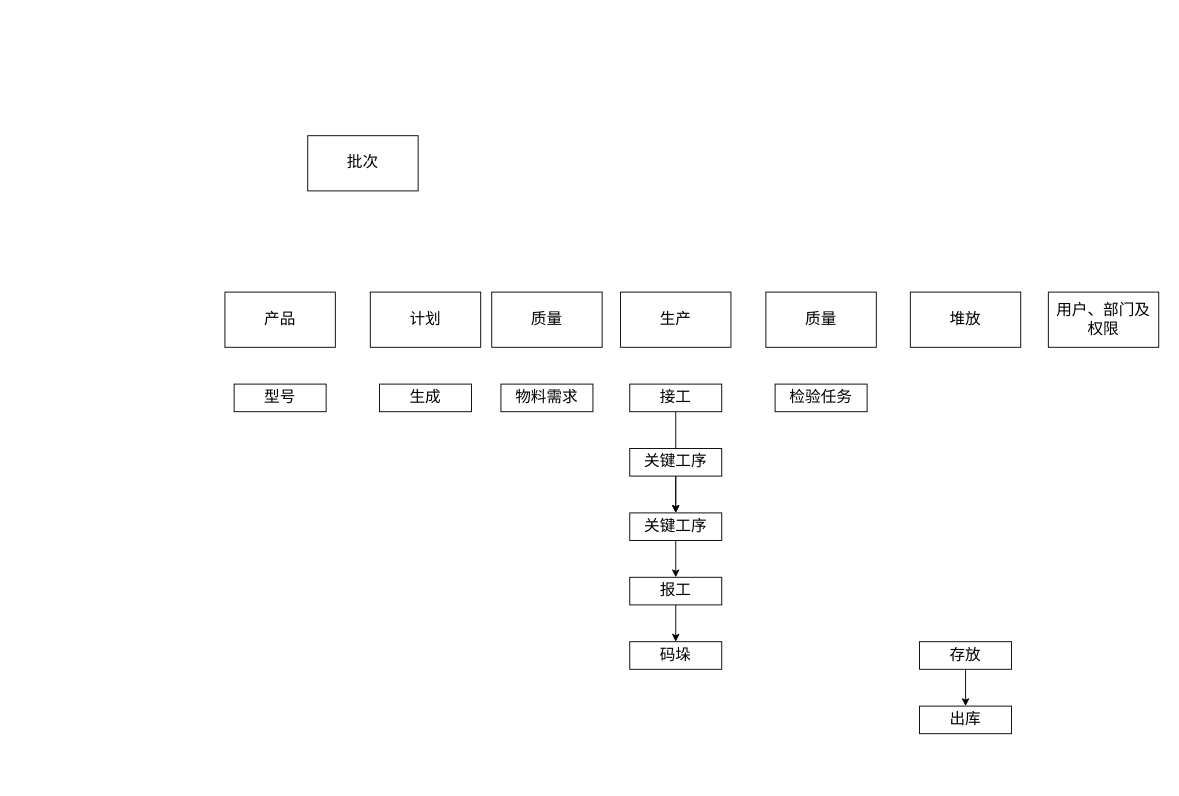
hanrker/diagramNet keeps this draw.io diagram as DiagramNet/MESforStandar.Diagram.drawio. Above is the earlier version. Source tidied: cells renumbered, new cells numbered last; positions are measured from the earlier drawing's top-left corner, leaving out a move shared by most shapes. Both pictures are drawn from the tidied source at 92%, with x=0, y=0 at pixel (224, 135).
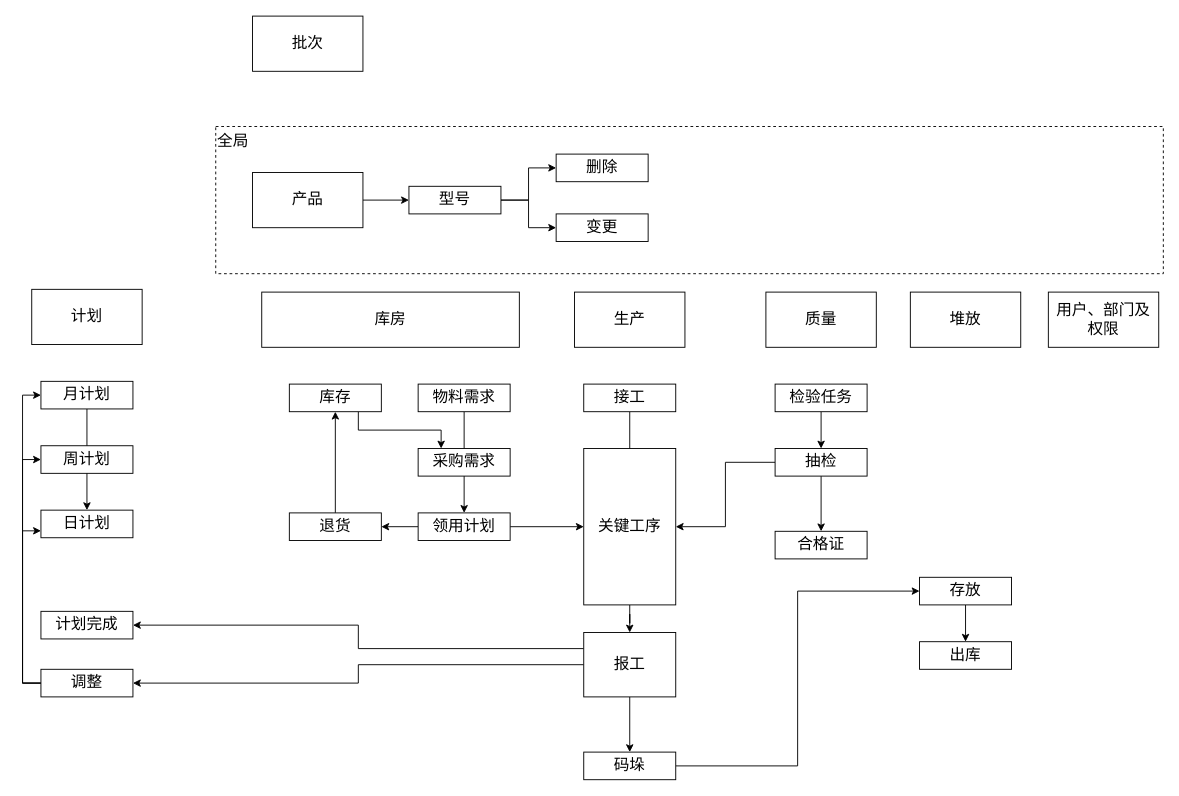
Above is the later version.

The change refers to these unchanged cells:
```xml
<mxCell id="17" value="检验任务" style="rounded=0;whiteSpace=wrap;html=1;fontSize=17;" parent="1" vertex="1">
  <mxGeometry x="598" y="270" width="100" height="30" as="geometry" />
</mxCell>
```

What changed in the source:
```diff
@@
+    <mxCell id="26" value="全局" style="rounded=0;whiteSpace=wrap;html=1;fontSize=17;dashed=1;align=left;verticalAlign=top;" parent="1" vertex="1">
+      <mxGeometry x="-10" y="-10" width="1030" height="160" as="geometry" />
+    </mxCell>
+    <mxCell id="27" style="edgeStyle=orthogonalEdgeStyle;rounded=0;jettySize=auto;html=1;fontSize=17;" parent="1" edge="1" source="2" target="8">
+      <mxGeometry relative="1" as="geometry" />
+    </mxCell>
     <mxCell id="2" value="产品" style="rounded=0;whiteSpace=wrap;html=1;fontSize=17;" parent="1" vertex="1">
-      <mxGeometry y="170" width="120" height="60" as="geometry" />
+      <mxGeometry x="30" y="40" width="120" height="60" as="geometry" />
     </mxCell>
     <mxCell id="3" value="计划" style="rounded=0;whiteSpace=wrap;html=1;fontSize=17;" parent="1" vertex="1">
-      <mxGeometry x="158" y="170" width="120" height="60" as="geometry" />
+      <mxGeometry x="-210" y="167" width="120" height="60" as="geometry" />
     </mxCell>
     <mxCell id="4" value="生产" style="rounded=0;whiteSpace=wrap;html=1;fontSize=17;" parent="1" vertex="1">
-      <mxGeometry x="430" y="170" width="120" height="60" as="geometry" />
+      <mxGeometry x="380" y="170" width="120" height="60" as="geometry" />
     </mxCell>
@@
+    <mxCell id="28" style="edgeStyle=orthogonalEdgeStyle;rounded=0;jettySize=auto;html=1;fontSize=17;" parent="1" edge="1" source="8" target="54">
+      <mxGeometry relative="1" as="geometry" />
+    </mxCell>
+    <mxCell id="29" style="edgeStyle=orthogonalEdgeStyle;rounded=0;jettySize=auto;html=1;exitX=1;exitY=0.5;exitDx=0;exitDy=0;entryX=0;entryY=0.5;entryDx=0;entryDy=0;fontSize=17;" parent="1" edge="1" source="8" target="53">
+      <mxGeometry relative="1" as="geometry" />
+    </mxCell>
     <mxCell id="8" value="型号" style="rounded=0;whiteSpace=wrap;html=1;fontSize=17;" parent="1" vertex="1">
-      <mxGeometry x="10" y="270" width="100" height="30" as="geometry" />
+      <mxGeometry x="200" y="55" width="100" height="30" as="geometry" />
     </mxCell>
-    <mxCell id="9" style="edgeStyle=orthogonalEdgeStyle;rounded=0;jettySize=auto;html=1;fontSize=17;" parent="1" edge="1" source="10" target="16">
-      <mxGeometry relative="1" as="geometry" />
+    <mxCell id="9" style="edgeStyle=orthogonalEdgeStyle;rounded=0;jettySize=auto;html=1;fontSize=17;" parent="1" edge="1" source="10">
+      <mxGeometry relative="1" as="geometry">
+        <mxPoint x="440" y="410" as="targetPoint" />
+      </mxGeometry>
     </mxCell>
     <mxCell id="10" value="接工" style="rounded=0;whiteSpace=wrap;html=1;fontSize=17;" parent="1" vertex="1">
-      <mxGeometry x="440" y="270" width="100" height="30" as="geometry" />
+      <mxGeometry x="390" y="270" width="100" height="30" as="geometry" />
     </mxCell>
@@
+    <mxCell id="30" style="edgeStyle=orthogonalEdgeStyle;rounded=0;jettySize=auto;html=1;exitX=0;exitY=0.5;exitDx=0;exitDy=0;entryX=1;entryY=0.5;entryDx=0;entryDy=0;fontSize=17;" parent="1" edge="1" source="12" target="51">
+      <mxGeometry relative="1" as="geometry" />
+    </mxCell>
+    <mxCell id="31" style="edgeStyle=orthogonalEdgeStyle;rounded=0;jettySize=auto;html=1;exitX=0;exitY=0.25;exitDx=0;exitDy=0;entryX=1;entryY=0.5;entryDx=0;entryDy=0;fontSize=17;" parent="1" edge="1" source="12" target="52">
+      <mxGeometry relative="1" as="geometry" />
+    </mxCell>
     <mxCell id="12" value="报工" style="rounded=0;whiteSpace=wrap;html=1;fontSize=17;" parent="1" vertex="1">
-      <mxGeometry x="440" y="480" width="100" height="30" as="geometry" />
+      <mxGeometry x="390" y="540" width="100" height="70" as="geometry" />
     </mxCell>
-    <mxCell id="13" style="edgeStyle=orthogonalEdgeStyle;rounded=0;jettySize=auto;html=1;fontSize=17;" parent="1" edge="1" source="14" target="16">
+    <mxCell id="13" style="edgeStyle=orthogonalEdgeStyle;rounded=0;jettySize=auto;html=1;fontSize=17;entryX=0.5;entryY=0;entryDx=0;entryDy=0;" parent="1" edge="1" source="14" target="12">
       <mxGeometry relative="1" as="geometry" />
     </mxCell>
     <mxCell id="14" value="关键工序" style="rounded=0;whiteSpace=wrap;html=1;fontSize=17;" parent="1" vertex="1">
-      <mxGeometry x="440" y="340" width="100" height="30" as="geometry" />
+      <mxGeometry x="390" y="340" width="100" height="170" as="geometry" />
     </mxCell>
-    <mxCell id="15" style="edgeStyle=orthogonalEdgeStyle;rounded=0;jettySize=auto;html=1;fontSize=17;" parent="1" edge="1" source="16" target="12">
-      <mxGeometry relative="1" as="geometry" />
-    </mxCell>
-    <mxCell id="16" value="关键工序" style="rounded=0;whiteSpace=wrap;html=1;fontSize=17;" parent="1" vertex="1">
-      <mxGeometry x="440" y="410" width="100" height="30" as="geometry" />
-    </mxCell>
+    <mxCell id="32" style="edgeStyle=orthogonalEdgeStyle;rounded=0;jettySize=auto;html=1;exitX=0.5;exitY=1;exitDx=0;exitDy=0;entryX=0.5;entryY=0;entryDx=0;entryDy=0;fontSize=17;" parent="1" edge="1" source="17" target="38">
+      <mxGeometry relative="1" as="geometry" />
+    </mxCell>
@@
+    <mxCell id="33" style="edgeStyle=orthogonalEdgeStyle;rounded=0;jettySize=auto;html=1;fontSize=17;" parent="1" edge="1" source="18" target="47">
+      <mxGeometry relative="1" as="geometry" />
+    </mxCell>
-    <mxCell id="18" value="生成" style="rounded=0;whiteSpace=wrap;html=1;fontSize=17;" parent="1" vertex="1">
-      <mxGeometry x="168" y="270" width="100" height="30" as="geometry" />
+    <mxCell id="18" value="月计划" style="rounded=0;whiteSpace=wrap;html=1;fontSize=17;" parent="1" vertex="1">
+      <mxGeometry x="-200" y="267" width="100" height="30" as="geometry" />
     </mxCell>
+    <mxCell id="34" style="edgeStyle=orthogonalEdgeStyle;rounded=0;jettySize=auto;html=1;exitX=1;exitY=0.5;exitDx=0;exitDy=0;entryX=0;entryY=0.5;entryDx=0;entryDy=0;fontSize=17;" parent="1" edge="1" source="19" target="21">
+      <mxGeometry relative="1" as="geometry" />
+    </mxCell>
     <mxCell id="19" value="码垛" style="rounded=0;whiteSpace=wrap;html=1;fontSize=17;" parent="1" vertex="1">
-      <mxGeometry x="440" y="550" width="100" height="30" as="geometry" />
+      <mxGeometry x="390" y="670" width="100" height="30" as="geometry" />
     </mxCell>
@@
     <mxCell id="21" value="存放" style="rounded=0;whiteSpace=wrap;html=1;fontSize=17;" parent="1" vertex="1">
-      <mxGeometry x="755" y="550" width="100" height="30" as="geometry" />
+      <mxGeometry x="755" y="480" width="100" height="30" as="geometry" />
     </mxCell>
     <mxCell id="22" value="出库" style="rounded=0;whiteSpace=wrap;html=1;fontSize=17;" parent="1" vertex="1">
-      <mxGeometry x="755" y="620" width="100" height="30" as="geometry" />
+      <mxGeometry x="755" y="550" width="100" height="30" as="geometry" />
     </mxCell>
-    <mxCell id="23" value="质量" style="rounded=0;whiteSpace=wrap;html=1;fontSize=17;" parent="1" vertex="1">
-      <mxGeometry x="290" y="170" width="120" height="60" as="geometry" />
+    <mxCell id="23" value="库房" style="rounded=0;whiteSpace=wrap;html=1;fontSize=17;" parent="1" vertex="1">
+      <mxGeometry x="40" y="170" width="280" height="60" as="geometry" />
     </mxCell>
+    <mxCell id="35" style="edgeStyle=orthogonalEdgeStyle;rounded=0;jettySize=auto;html=1;fontSize=17;" parent="1" edge="1" source="24" target="43">
+      <mxGeometry relative="1" as="geometry" />
+    </mxCell>
     <mxCell id="24" value="物料需求" style="rounded=0;whiteSpace=wrap;html=1;fontSize=17;" parent="1" vertex="1">
-      <mxGeometry x="300" y="270" width="100" height="30" as="geometry" />
+      <mxGeometry x="210" y="270" width="100" height="30" as="geometry" />
     </mxCell>
     <mxCell id="25" value="批次" style="rounded=0;whiteSpace=wrap;html=1;fontSize=17;" parent="1" vertex="1">
-      <mxGeometry x="90" width="120" height="60" as="geometry" />
+      <mxGeometry x="30" y="-130" width="120" height="60" as="geometry" />
     </mxCell>
+    <mxCell id="36" style="edgeStyle=orthogonalEdgeStyle;rounded=0;jettySize=auto;html=1;exitX=0;exitY=0.5;exitDx=0;exitDy=0;entryX=1;entryY=0.5;entryDx=0;entryDy=0;fontSize=17;" parent="1" edge="1" source="38" target="14">
+      <mxGeometry relative="1" as="geometry" />
+    </mxCell>
+    <mxCell id="37" style="edgeStyle=orthogonalEdgeStyle;rounded=0;jettySize=auto;html=1;exitX=0.5;exitY=1;exitDx=0;exitDy=0;entryX=0.5;entryY=0;entryDx=0;entryDy=0;fontSize=17;" parent="1" edge="1" source="38" target="39">
+      <mxGeometry relative="1" as="geometry" />
+    </mxCell>
+    <mxCell id="38" value="抽检" style="rounded=0;whiteSpace=wrap;html=1;fontSize=17;" parent="1" vertex="1">
+      <mxGeometry x="598" y="340" width="100" height="30" as="geometry" />
+    </mxCell>
+    <mxCell id="39" value="合格证" style="rounded=0;whiteSpace=wrap;html=1;fontSize=17;" parent="1" vertex="1">
+      <mxGeometry x="598" y="430" width="100" height="30" as="geometry" />
+    </mxCell>
+    <mxCell id="40" value="采购需求" style="rounded=0;whiteSpace=wrap;html=1;fontSize=17;" parent="1" vertex="1">
+      <mxGeometry x="210" y="340" width="100" height="30" as="geometry" />
+    </mxCell>
+    <mxCell id="41" style="edgeStyle=orthogonalEdgeStyle;rounded=0;jettySize=auto;html=1;exitX=1;exitY=0.5;exitDx=0;exitDy=0;entryX=0;entryY=0.5;entryDx=0;entryDy=0;fontSize=17;" parent="1" edge="1" source="43" target="14">
+      <mxGeometry relative="1" as="geometry" />
+    </mxCell>
+    <mxCell id="42" style="edgeStyle=orthogonalEdgeStyle;rounded=0;jettySize=auto;html=1;fontSize=17;" parent="1" edge="1" source="43" target="45">
+      <mxGeometry relative="1" as="geometry" />
+    </mxCell>
+    <mxCell id="43" value="领用计划" style="rounded=0;whiteSpace=wrap;html=1;fontSize=17;" parent="1" vertex="1">
+      <mxGeometry x="210" y="410" width="100" height="30" as="geometry" />
+    </mxCell>
+    <mxCell id="44" style="edgeStyle=orthogonalEdgeStyle;rounded=0;jettySize=auto;html=1;fontSize=17;entryX=0.5;entryY=1;entryDx=0;entryDy=0;" parent="1" edge="1" source="45" target="56">
+      <mxGeometry relative="1" as="geometry" />
+    </mxCell>
+    <mxCell id="45" value="退货" style="rounded=0;whiteSpace=wrap;html=1;fontSize=17;" parent="1" vertex="1">
+      <mxGeometry x="70" y="410" width="100" height="30" as="geometry" />
+    </mxCell>
+    <mxCell id="46" value="周计划" style="rounded=0;whiteSpace=wrap;html=1;fontSize=17;" parent="1" vertex="1">
+      <mxGeometry x="-200" y="337" width="100" height="30" as="geometry" />
+    </mxCell>
+    <mxCell id="47" value="日计划" style="rounded=0;whiteSpace=wrap;html=1;fontSize=17;" parent="1" vertex="1">
+      <mxGeometry x="-200" y="407" width="100" height="30" as="geometry" />
+    </mxCell>
+    <mxCell id="48" style="edgeStyle=orthogonalEdgeStyle;rounded=0;jettySize=auto;html=1;entryX=0;entryY=0.5;entryDx=0;entryDy=0;fontSize=17;exitX=0;exitY=0.5;exitDx=0;exitDy=0;" parent="1" edge="1" source="51" target="18">
+      <mxGeometry relative="1" as="geometry">
+        <Array as="points">
+          <mxPoint x="-220" y="595" />
+          <mxPoint x="-220" y="282" />
+        </Array>
+      </mxGeometry>
+    </mxCell>
+    <mxCell id="49" style="edgeStyle=orthogonalEdgeStyle;rounded=0;jettySize=auto;html=1;exitX=0;exitY=0.5;exitDx=0;exitDy=0;entryX=0;entryY=0.5;entryDx=0;entryDy=0;fontSize=17;" parent="1" edge="1" source="51" target="46">
+      <mxGeometry relative="1" as="geometry" />
+    </mxCell>
+    <mxCell id="50" style="edgeStyle=orthogonalEdgeStyle;rounded=0;jettySize=auto;html=1;exitX=0;exitY=0.5;exitDx=0;exitDy=0;entryX=0;entryY=0.75;entryDx=0;entryDy=0;fontSize=17;" parent="1" edge="1" source="51" target="47">
+      <mxGeometry relative="1" as="geometry" />
+    </mxCell>
+    <mxCell id="51" value="调整" style="rounded=0;whiteSpace=wrap;html=1;fontSize=17;" parent="1" vertex="1">
+      <mxGeometry x="-200" y="580" width="100" height="30" as="geometry" />
+    </mxCell>
+    <mxCell id="52" value="计划完成" style="rounded=0;whiteSpace=wrap;html=1;fontSize=17;" parent="1" vertex="1">
+      <mxGeometry x="-200" y="517" width="100" height="30" as="geometry" />
+    </mxCell>
+    <mxCell id="53" value="删除" style="rounded=0;whiteSpace=wrap;html=1;fontSize=17;" parent="1" vertex="1">
+      <mxGeometry x="360" y="20" width="100" height="30" as="geometry" />
+    </mxCell>
+    <mxCell id="54" value="变更" style="rounded=0;whiteSpace=wrap;html=1;fontSize=17;" parent="1" vertex="1">
+      <mxGeometry x="360" y="85" width="100" height="30" as="geometry" />
+    </mxCell>
+    <mxCell id="55" style="edgeStyle=orthogonalEdgeStyle;rounded=0;jettySize=auto;html=1;exitX=0.75;exitY=1;exitDx=0;exitDy=0;entryX=0.25;entryY=0;entryDx=0;entryDy=0;fontSize=17;" parent="1" edge="1" source="56" target="40">
+      <mxGeometry relative="1" as="geometry" />
+    </mxCell>
+    <mxCell id="56" value="库存" style="rounded=0;whiteSpace=wrap;html=1;fontSize=17;" parent="1" vertex="1">
+      <mxGeometry x="70" y="270" width="100" height="30" as="geometry" />
+    </mxCell>
```
